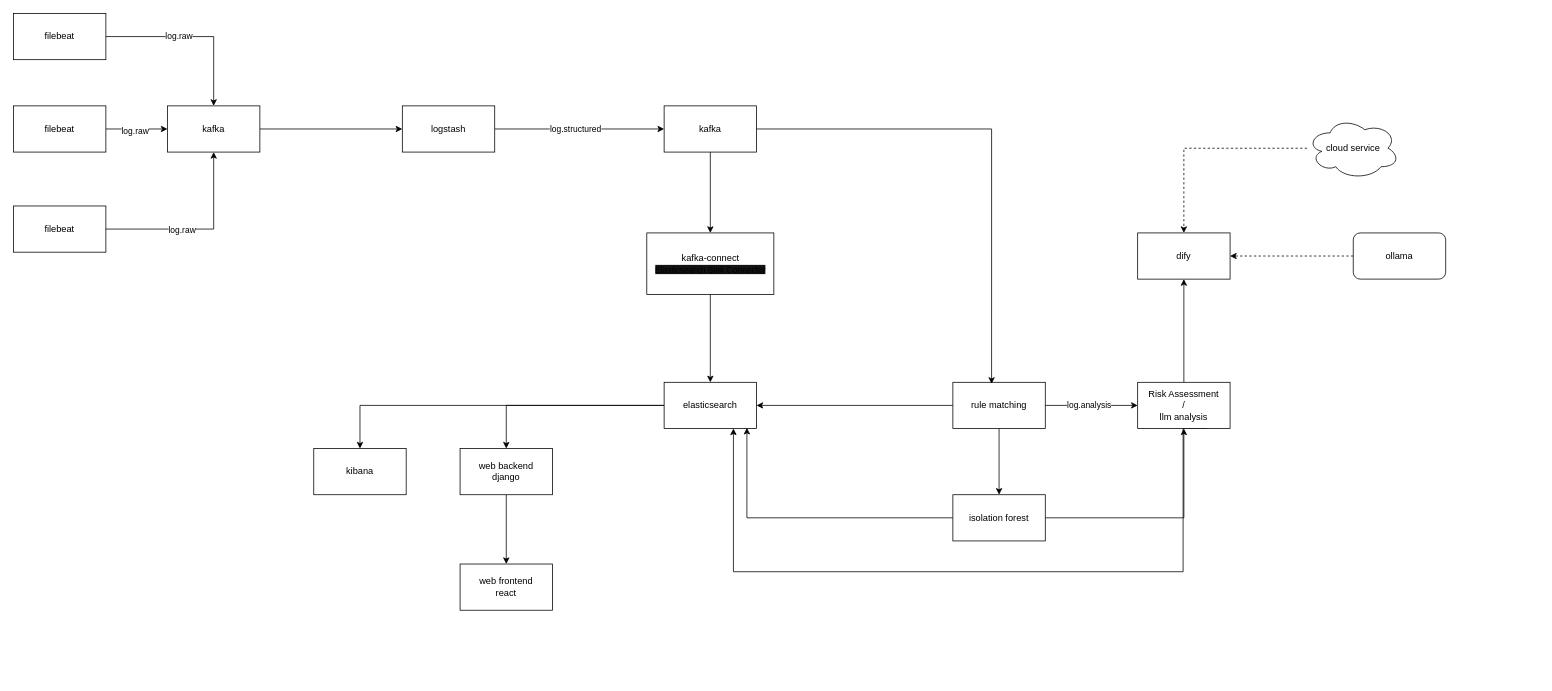
Before: docs/develop/system-design/architecture/current.drawio in northridgedesertcat/AuditWeaver, a draw.io diagram. Source tidied: cells renumbered, new cells numbered last; positions are measured from the earlier drawing's top-left corner, leaving out a move shared by most shapes. Both pictures are drawn from the tidied source at 77%, with x=0, y=0 at pixel (13, 13).
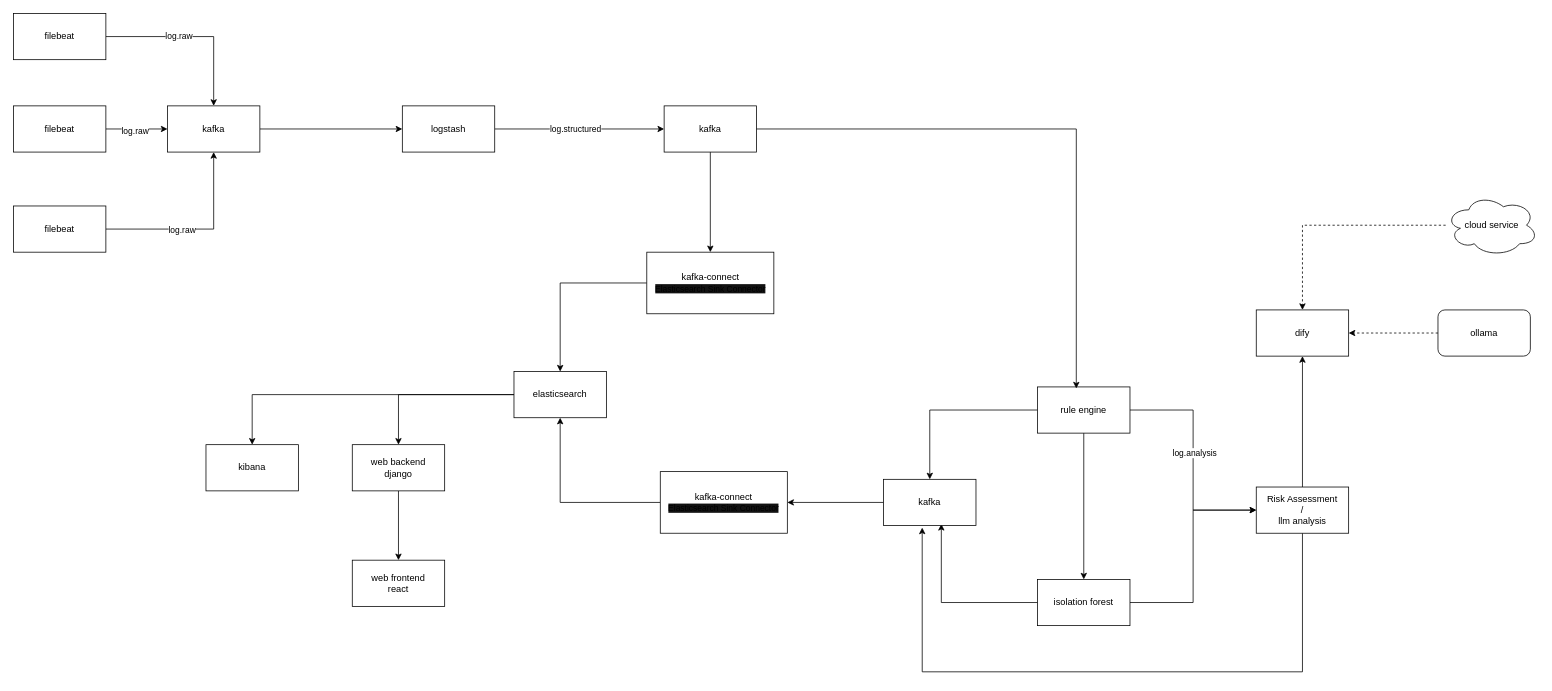
After the change.

Commit message (it also covers changes not shown here):
upgrade system-design architecture.

What changed in the source:
```diff
@@
     <mxCell id="20" value="elasticsearch" style="rounded=0;whiteSpace=wrap;html=1;" parent="1" vertex="1">
-      <mxGeometry x="845" y="479" width="120" height="60" as="geometry" />
+      <mxGeometry x="650" y="465" width="120" height="60" as="geometry" />
     </mxCell>
-    <mxCell id="21" style="edgeStyle=orthogonalEdgeStyle;rounded=0;jettySize=auto;html=1;entryX=1;entryY=0.5;entryDx=0;entryDy=0;" parent="1" edge="1" source="25" target="20">
-      <mxGeometry relative="1" as="geometry" />
-    </mxCell>
@@
+    <mxCell id="44" style="edgeStyle=orthogonalEdgeStyle;rounded=0;jettySize=auto;html=1;entryX=0.5;entryY=0;entryDx=0;entryDy=0;" parent="1" edge="1" source="25" target="50">
+      <mxGeometry relative="1" as="geometry" />
+    </mxCell>
-    <mxCell id="25" value="rule matching" style="rounded=0;whiteSpace=wrap;html=1;" parent="1" vertex="1">
-      <mxGeometry x="1220" y="479" width="120" height="60" as="geometry" />
+    <mxCell id="25" value="rule engine" style="rounded=0;whiteSpace=wrap;html=1;" parent="1" vertex="1">
+      <mxGeometry x="1330" y="485" width="120" height="60" as="geometry" />
     </mxCell>
     <mxCell id="26" value="kibana" style="rounded=0;whiteSpace=wrap;html=1;" parent="1" vertex="1">
-      <mxGeometry x="390" y="565" width="120" height="60" as="geometry" />
+      <mxGeometry x="250" y="560" width="120" height="60" as="geometry" />
     </mxCell>
-    <mxCell id="27" style="edgeStyle=orthogonalEdgeStyle;rounded=0;jettySize=auto;html=1;entryX=0.896;entryY=0.985;entryDx=0;entryDy=0;entryPerimeter=0;exitX=0;exitY=0.5;exitDx=0;exitDy=0;" parent="1" edge="1" source="29" target="20">
-      <mxGeometry relative="1" as="geometry">
-        <Array as="points">
-          <mxPoint x="953" y="655" />
-        </Array>
-      </mxGeometry>
-    </mxCell>
-    <mxCell id="28" style="edgeStyle=orthogonalEdgeStyle;rounded=0;jettySize=auto;html=1;entryX=0.5;entryY=1;entryDx=0;entryDy=0;" parent="1" edge="1" source="29" target="32">
+    <mxCell id="28" style="edgeStyle=orthogonalEdgeStyle;rounded=0;jettySize=auto;html=1;entryX=0;entryY=0.5;entryDx=0;entryDy=0;" parent="1" edge="1" source="29" target="32">
       <mxGeometry relative="1" as="geometry" />
     </mxCell>
+    <mxCell id="45" style="edgeStyle=orthogonalEdgeStyle;rounded=0;jettySize=auto;html=1;entryX=0.625;entryY=0.966;entryDx=0;entryDy=0;entryPerimeter=0;" parent="1" edge="1" source="29" target="50">
+      <mxGeometry relative="1" as="geometry" />
+    </mxCell>
     <mxCell id="29" value="isolation forest" style="rounded=0;whiteSpace=wrap;html=1;" parent="1" vertex="1">
-      <mxGeometry x="1220" y="625" width="120" height="60" as="geometry" />
+      <mxGeometry x="1330" y="735" width="120" height="60" as="geometry" />
     </mxCell>
-    <mxCell id="30" style="edgeStyle=orthogonalEdgeStyle;rounded=0;jettySize=auto;html=1;exitX=0.75;exitY=1;exitDx=0;exitDy=0;entryX=0.75;entryY=1;entryDx=0;entryDy=0;" parent="1" edge="1" source="32" target="20">
-      <mxGeometry relative="1" as="geometry">
-        <Array as="points">
-          <mxPoint x="1519" y="539" />
-          <mxPoint x="1519" y="725" />
-          <mxPoint x="935" y="725" />
-        </Array>
-      </mxGeometry>
-    </mxCell>
@@
+    <mxCell id="46" style="edgeStyle=orthogonalEdgeStyle;rounded=0;jettySize=auto;html=1;entryX=0.418;entryY=1.045;entryDx=0;entryDy=0;entryPerimeter=0;" parent="1" edge="1" source="32" target="50">
+      <mxGeometry relative="1" as="geometry">
+        <Array as="points">
+          <mxPoint x="1674" y="855" />
+          <mxPoint x="1180" y="855" />
+        </Array>
+      </mxGeometry>
+    </mxCell>
     <mxCell id="32" value="Risk Assessment&lt;div&gt;/&lt;/div&gt;&lt;div&gt;llm analysis&lt;/div&gt;" style="rounded=0;whiteSpace=wrap;html=1;" parent="1" vertex="1">
-      <mxGeometry x="1460" y="479" width="120" height="60" as="geometry" />
+      <mxGeometry x="1614" y="615" width="120" height="60" as="geometry" />
     </mxCell>
@@
     <mxCell id="34" value="&lt;div&gt;web backend&lt;/div&gt;django" style="rounded=0;whiteSpace=wrap;html=1;" parent="1" vertex="1">
-      <mxGeometry x="580" y="565" width="120" height="60" as="geometry" />
+      <mxGeometry x="440" y="560" width="120" height="60" as="geometry" />
     </mxCell>
     <mxCell id="35" value="&lt;div&gt;web frontend&lt;/div&gt;react" style="rounded=0;whiteSpace=wrap;html=1;" parent="1" vertex="1">
-      <mxGeometry x="580" y="715" width="120" height="60" as="geometry" />
+      <mxGeometry x="440" y="710" width="120" height="60" as="geometry" />
     </mxCell>
     <mxCell id="36" value="dify" style="rounded=0;whiteSpace=wrap;html=1;" parent="1" vertex="1">
-      <mxGeometry x="1460" y="285" width="120" height="60" as="geometry" />
+      <mxGeometry x="1614" y="385" width="120" height="60" as="geometry" />
     </mxCell>
@@
     <mxCell id="38" value="ollama" style="rounded=1;whiteSpace=wrap;html=1;" parent="1" vertex="1">
-      <mxGeometry x="1740" y="285" width="120" height="60" as="geometry" />
+      <mxGeometry x="1850" y="385" width="120" height="60" as="geometry" />
     </mxCell>
@@
     <mxCell id="40" value="cloud service" style="ellipse;shape=cloud;whiteSpace=wrap;html=1;" parent="1" vertex="1">
-      <mxGeometry x="1680" y="135" width="120" height="80" as="geometry" />
+      <mxGeometry x="1860" y="235" width="120" height="80" as="geometry" />
     </mxCell>
@@
     <mxCell id="43" value="kafka-connect&lt;div&gt;&lt;span style=&quot;font-size: 11px; white-space: nowrap; background-color: rgb(18, 18, 18);&quot;&gt;Elasticsearch Sink Connector&lt;/span&gt;&lt;/div&gt;" style="rounded=0;whiteSpace=wrap;html=1;" parent="1" vertex="1">
-      <mxGeometry x="822.5" y="285" width="165" height="80" as="geometry" />
+      <mxGeometry x="822.5" y="310" width="165" height="80" as="geometry" />
     </mxCell>
+    <mxCell id="47" style="edgeStyle=orthogonalEdgeStyle;rounded=0;jettySize=auto;html=1;entryX=0.5;entryY=1;entryDx=0;entryDy=0;" parent="1" edge="1" source="48" target="20">
+      <mxGeometry relative="1" as="geometry" />
+    </mxCell>
+    <mxCell id="48" value="kafka-connect&lt;div&gt;&lt;span style=&quot;font-size: 11px; white-space: nowrap; background-color: rgb(18, 18, 18);&quot;&gt;Elasticsearch Sink Connector&lt;/span&gt;&lt;/div&gt;" style="rounded=0;whiteSpace=wrap;html=1;" parent="1" vertex="1">
+      <mxGeometry x="840" y="595" width="165" height="80" as="geometry" />
+    </mxCell>
+    <mxCell id="49" style="edgeStyle=orthogonalEdgeStyle;rounded=0;jettySize=auto;html=1;entryX=1;entryY=0.5;entryDx=0;entryDy=0;" parent="1" edge="1" source="50" target="48">
+      <mxGeometry relative="1" as="geometry" />
+    </mxCell>
+    <mxCell id="50" value="kafka" style="rounded=0;whiteSpace=wrap;html=1;" parent="1" vertex="1">
+      <mxGeometry x="1130" y="605" width="120" height="60" as="geometry" />
+    </mxCell>
```
